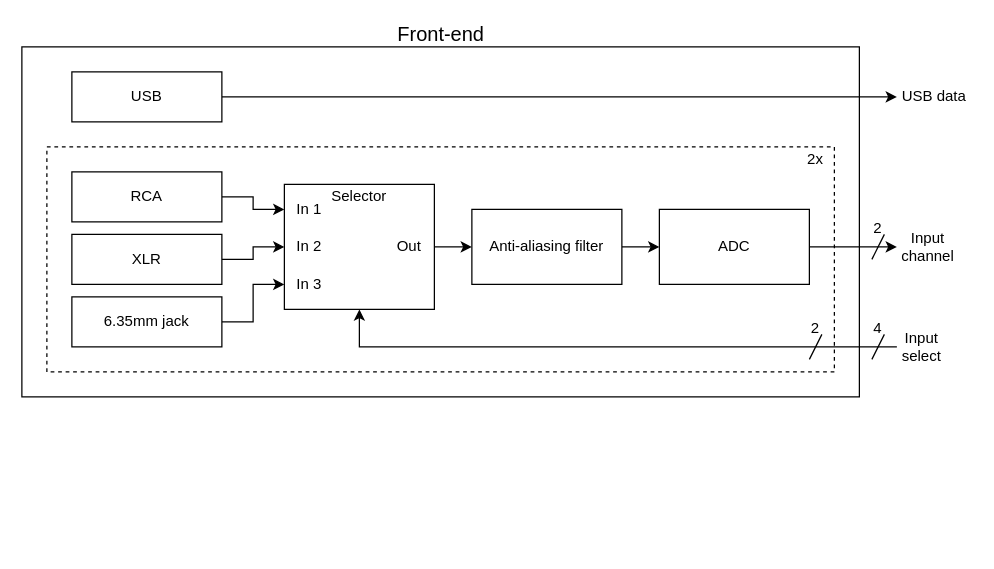
Before: page "Front-end" (2 of 5) of Block diagrams/System context diagram.drawio in HeinVerhallen/Audio-DSP, a draw.io diagram. Source tidied: cells renumbered, new cells numbered last; positions are measured from the earlier drawing's top-left corner, leaving out a move shared by most shapes. Both pictures are drawn from the tidied source at 125%, with x=0, y=0 at pixel (21, 21).
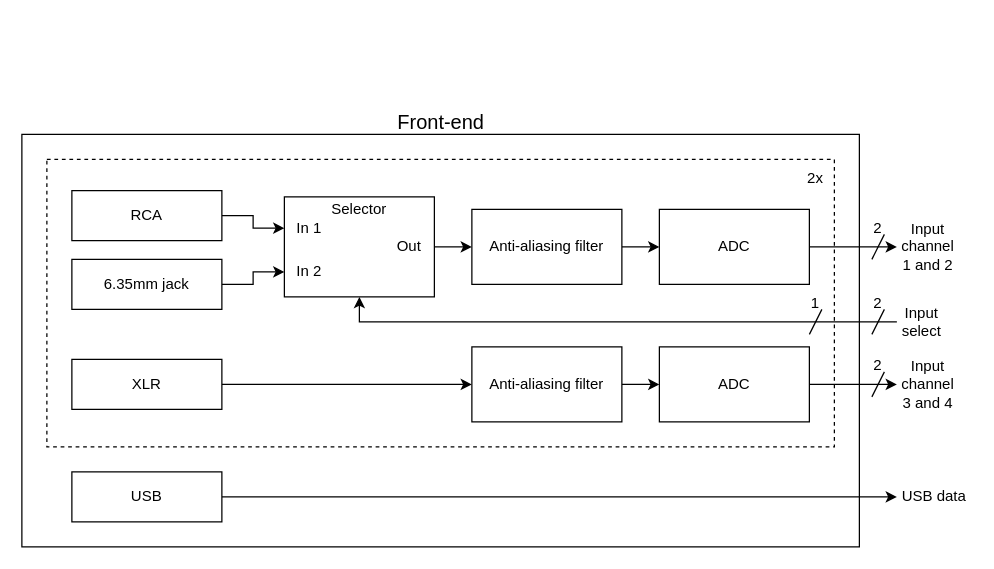
The same page after the edit.

Diff of the diagram source:
```diff
@@
     <mxCell id="2" style="rounded=0;whiteSpace=wrap;html=1;" parent="1" vertex="1">
-      <mxGeometry y="20" width="670" height="280" as="geometry" />
+      <mxGeometry y="90" width="670" height="330" as="geometry" />
     </mxCell>
     <mxCell id="3" style="rounded=0;whiteSpace=wrap;html=1;dashed=1;" parent="1" vertex="1">
-      <mxGeometry x="20" y="100" width="630" height="180" as="geometry" />
+      <mxGeometry x="20" y="110" width="630" height="230" as="geometry" />
     </mxCell>
@@
     <mxCell id="9" value="RCA" style="rounded=0;whiteSpace=wrap;html=1;" parent="1" vertex="1">
-      <mxGeometry x="40" y="120" width="120" height="40" as="geometry" />
+      <mxGeometry x="40" y="135" width="120" height="40" as="geometry" />
     </mxCell>
-    <mxCell id="10" style="edgeStyle=orthogonalEdgeStyle;rounded=0;jettySize=auto;html=1;exitX=1;exitY=0.5;exitDx=0;exitDy=0;startArrow=none;startFill=0;" parent="1" edge="1" source="11" target="21">
-      <mxGeometry relative="1" as="geometry" />
-    </mxCell>
-    <mxCell id="11" value="XLR" style="rounded=0;whiteSpace=wrap;html=1;" parent="1" vertex="1">
-      <mxGeometry x="40" y="170" width="120" height="40" as="geometry" />
-    </mxCell>
     <mxCell id="12" style="edgeStyle=orthogonalEdgeStyle;rounded=0;jettySize=auto;html=1;exitX=1;exitY=0.5;exitDx=0;exitDy=0;startArrow=none;startFill=0;entryX=0;entryY=0.5;entryDx=0;entryDy=0;" parent="1" edge="1" source="13" target="16">
       <mxGeometry relative="1" as="geometry">
         <Array as="points">
-          <mxPoint x="670" y="60" />
-          <mxPoint x="670" y="60" />
+          <mxPoint x="670" y="380" />
+          <mxPoint x="670" y="380" />
         </Array>
       </mxGeometry>
     </mxCell>
     <mxCell id="13" value="USB" style="rounded=0;whiteSpace=wrap;html=1;" parent="1" vertex="1">
-      <mxGeometry x="40" y="40" width="120" height="40" as="geometry" />
+      <mxGeometry x="40" y="360" width="120" height="40" as="geometry" />
     </mxCell>
-    <mxCell id="14" style="edgeStyle=orthogonalEdgeStyle;rounded=0;jettySize=auto;html=1;exitX=1;exitY=0.5;exitDx=0;exitDy=0;entryX=0;entryY=0.5;entryDx=0;entryDy=0;startArrow=none;startFill=0;" parent="1" edge="1" source="15" target="22">
-      <mxGeometry relative="1" as="geometry" />
-    </mxCell>
+    <mxCell id="35" style="edgeStyle=orthogonalEdgeStyle;rounded=0;jettySize=auto;html=1;exitX=1;exitY=0.5;exitDx=0;exitDy=0;entryX=0;entryY=0.5;entryDx=0;entryDy=0;" parent="1" edge="1" source="15" target="21">
+      <mxGeometry relative="1" as="geometry" />
+    </mxCell>
     <mxCell id="15" value="6.35mm jack" style="rounded=0;whiteSpace=wrap;html=1;" parent="1" vertex="1">
-      <mxGeometry x="40" y="220" width="120" height="40" as="geometry" />
+      <mxGeometry x="40" y="190" width="120" height="40" as="geometry" />
     </mxCell>
     <mxCell id="16" value="USB data" style="text;html=1;strokeColor=none;fillColor=none;align=center;verticalAlign=middle;whiteSpace=wrap;rounded=0;" parent="1" vertex="1">
-      <mxGeometry x="700" y="50" width="60" height="20" as="geometry" />
+      <mxGeometry x="700" y="370" width="60" height="20" as="geometry" />
     </mxCell>
-    <mxCell id="17" value="Input channel" style="text;html=1;strokeColor=none;fillColor=none;align=center;verticalAlign=middle;whiteSpace=wrap;rounded=0;" parent="1" vertex="1">
-      <mxGeometry x="700" y="170" width="50" height="20" as="geometry" />
+    <mxCell id="17" value="Input channel 1 and 2" style="text;html=1;strokeColor=none;fillColor=none;align=center;verticalAlign=middle;whiteSpace=wrap;rounded=0;" parent="1" vertex="1">
+      <mxGeometry x="700" y="160" width="50" height="40" as="geometry" />
     </mxCell>
@@
     <mxCell id="19" style="rounded=0;whiteSpace=wrap;html=1;" parent="1" vertex="1">
-      <mxGeometry x="210" y="130" width="120" height="100" as="geometry" />
+      <mxGeometry x="210" y="140" width="120" height="80" as="geometry" />
     </mxCell>
     <mxCell id="20" value="In 1" style="text;html=1;strokeColor=none;fillColor=none;align=center;verticalAlign=middle;whiteSpace=wrap;rounded=0;" parent="1" vertex="1">
-      <mxGeometry x="210" y="140" width="40" height="20" as="geometry" />
+      <mxGeometry x="210" y="155" width="40" height="20" as="geometry" />
     </mxCell>
     <mxCell id="21" value="In 2" style="text;html=1;strokeColor=none;fillColor=none;align=center;verticalAlign=middle;whiteSpace=wrap;rounded=0;" parent="1" vertex="1">
-      <mxGeometry x="210" y="170" width="40" height="20" as="geometry" />
+      <mxGeometry x="210" y="190" width="40" height="20" as="geometry" />
     </mxCell>
-    <mxCell id="22" value="In 3" style="text;html=1;strokeColor=none;fillColor=none;align=center;verticalAlign=middle;whiteSpace=wrap;rounded=0;" parent="1" vertex="1">
-      <mxGeometry x="210" y="200" width="40" height="20" as="geometry" />
-    </mxCell>
@@
     <mxCell id="24" value="Selector" style="text;html=1;strokeColor=none;fillColor=none;align=center;verticalAlign=middle;whiteSpace=wrap;rounded=0;" parent="1" vertex="1">
-      <mxGeometry x="250" y="130" width="40" height="20" as="geometry" />
+      <mxGeometry x="250" y="140" width="40" height="20" as="geometry" />
     </mxCell>
     <mxCell id="25" style="edgeStyle=orthogonalEdgeStyle;rounded=0;jettySize=auto;html=1;exitX=0;exitY=0.5;exitDx=0;exitDy=0;entryX=0.5;entryY=1;entryDx=0;entryDy=0;startArrow=none;startFill=0;" parent="1" edge="1" source="26" target="19">
-      <mxGeometry relative="1" as="geometry" />
+      <mxGeometry relative="1" as="geometry">
+        <Array as="points">
+          <mxPoint x="700" y="240" />
+          <mxPoint x="270" y="240" />
+        </Array>
+      </mxGeometry>
     </mxCell>
     <mxCell id="26" value="Input select" style="text;html=1;strokeColor=none;fillColor=none;align=center;verticalAlign=middle;whiteSpace=wrap;rounded=0;" parent="1" vertex="1">
-      <mxGeometry x="700" y="250" width="40" height="20" as="geometry" />
+      <mxGeometry x="700" y="230" width="40" height="20" as="geometry" />
     </mxCell>
     <mxCell id="27" value="2x" style="text;html=1;strokeColor=none;fillColor=none;align=center;verticalAlign=middle;whiteSpace=wrap;rounded=0;dashed=1;" parent="1" vertex="1">
-      <mxGeometry x="620" y="100" width="30" height="20" as="geometry" />
+      <mxGeometry x="620" y="115" width="30" height="20" as="geometry" />
     </mxCell>
@@
     <mxCell id="29" style="endArrow=none;html=1;" parent="1" edge="1">
       <mxGeometry relative="1" as="geometry">
-        <mxPoint x="680" y="270" as="sourcePoint" />
-        <mxPoint x="690" y="250" as="targetPoint" />
+        <mxPoint x="680" y="250" as="sourcePoint" />
+        <mxPoint x="690" y="230" as="targetPoint" />
       </mxGeometry>
     </mxCell>
-    <mxCell id="30" value="4" style="text;html=1;strokeColor=none;fillColor=none;align=center;verticalAlign=middle;whiteSpace=wrap;rounded=0;dashed=1;" parent="1" vertex="1">
-      <mxGeometry x="680" y="240" width="10" height="10" as="geometry" />
+    <mxCell id="30" value="2" style="text;html=1;strokeColor=none;fillColor=none;align=center;verticalAlign=middle;whiteSpace=wrap;rounded=0;dashed=1;" parent="1" vertex="1">
+      <mxGeometry x="680" y="220" width="10" height="10" as="geometry" />
     </mxCell>
@@
     <mxCell id="32" value="Front-end" style="text;html=1;strokeColor=none;fillColor=none;align=center;verticalAlign=middle;whiteSpace=wrap;rounded=0;dashed=1;fontSize=16;" parent="1" vertex="1">
-      <mxGeometry x="292.5" width="85" height="20" as="geometry" />
+      <mxGeometry x="292.5" y="70" width="85" height="20" as="geometry" />
     </mxCell>
     <mxCell id="33" style="endArrow=none;html=1;" parent="1" edge="1">
       <mxGeometry relative="1" as="geometry">
-        <mxPoint x="630" y="270" as="sourcePoint" />
-        <mxPoint x="640" y="250" as="targetPoint" />
+        <mxPoint x="630" y="250" as="sourcePoint" />
+        <mxPoint x="640" y="230" as="targetPoint" />
       </mxGeometry>
     </mxCell>
-    <mxCell id="34" value="2" style="text;html=1;strokeColor=none;fillColor=none;align=center;verticalAlign=middle;whiteSpace=wrap;rounded=0;dashed=1;" parent="1" vertex="1">
-      <mxGeometry x="630" y="240" width="10" height="10" as="geometry" />
+    <mxCell id="34" value="1" style="text;html=1;strokeColor=none;fillColor=none;align=center;verticalAlign=middle;whiteSpace=wrap;rounded=0;dashed=1;" parent="1" vertex="1">
+      <mxGeometry x="630" y="220" width="10" height="10" as="geometry" />
     </mxCell>
+    <mxCell id="36" style="edgeStyle=orthogonalEdgeStyle;rounded=0;jettySize=auto;html=1;exitX=1;exitY=0.5;exitDx=0;exitDy=0;entryX=0;entryY=0.5;entryDx=0;entryDy=0;" parent="1" edge="1" source="11" target="38">
+      <mxGeometry relative="1" as="geometry" />
+    </mxCell>
+    <mxCell id="11" value="XLR" style="rounded=0;whiteSpace=wrap;html=1;" parent="1" vertex="1">
+      <mxGeometry x="40" y="270" width="120" height="40" as="geometry" />
+    </mxCell>
+    <mxCell id="37" style="edgeStyle=orthogonalEdgeStyle;rounded=0;jettySize=auto;html=1;" parent="1" edge="1" source="38" target="40">
+      <mxGeometry relative="1" as="geometry" />
+    </mxCell>
+    <mxCell id="38" value="Anti-aliasing filter" style="rounded=0;whiteSpace=wrap;html=1;" parent="1" vertex="1">
+      <mxGeometry x="360" y="260" width="120" height="60" as="geometry" />
+    </mxCell>
+    <mxCell id="39" style="edgeStyle=orthogonalEdgeStyle;rounded=0;jettySize=auto;html=1;exitX=1;exitY=0.5;exitDx=0;exitDy=0;entryX=0;entryY=0.5;entryDx=0;entryDy=0;" parent="1" edge="1" source="40" target="41">
+      <mxGeometry relative="1" as="geometry" />
+    </mxCell>
+    <mxCell id="40" value="ADC" style="rounded=0;whiteSpace=wrap;html=1;" parent="1" vertex="1">
+      <mxGeometry x="510" y="260" width="120" height="60" as="geometry" />
+    </mxCell>
+    <mxCell id="41" value="Input channel 3 and 4" style="text;html=1;strokeColor=none;fillColor=none;align=center;verticalAlign=middle;whiteSpace=wrap;rounded=0;" parent="1" vertex="1">
+      <mxGeometry x="700" y="270" width="50" height="40" as="geometry" />
+    </mxCell>
+    <mxCell id="42" style="endArrow=none;html=1;" parent="1" edge="1">
+      <mxGeometry relative="1" as="geometry">
+        <mxPoint x="680" y="300" as="sourcePoint" />
+        <mxPoint x="690" y="280" as="targetPoint" />
+      </mxGeometry>
+    </mxCell>
+    <mxCell id="43" value="2" style="text;html=1;strokeColor=none;fillColor=none;align=center;verticalAlign=middle;whiteSpace=wrap;rounded=0;dashed=1;" parent="1" vertex="1">
+      <mxGeometry x="680" y="270" width="10" height="10" as="geometry" />
+    </mxCell>
```
